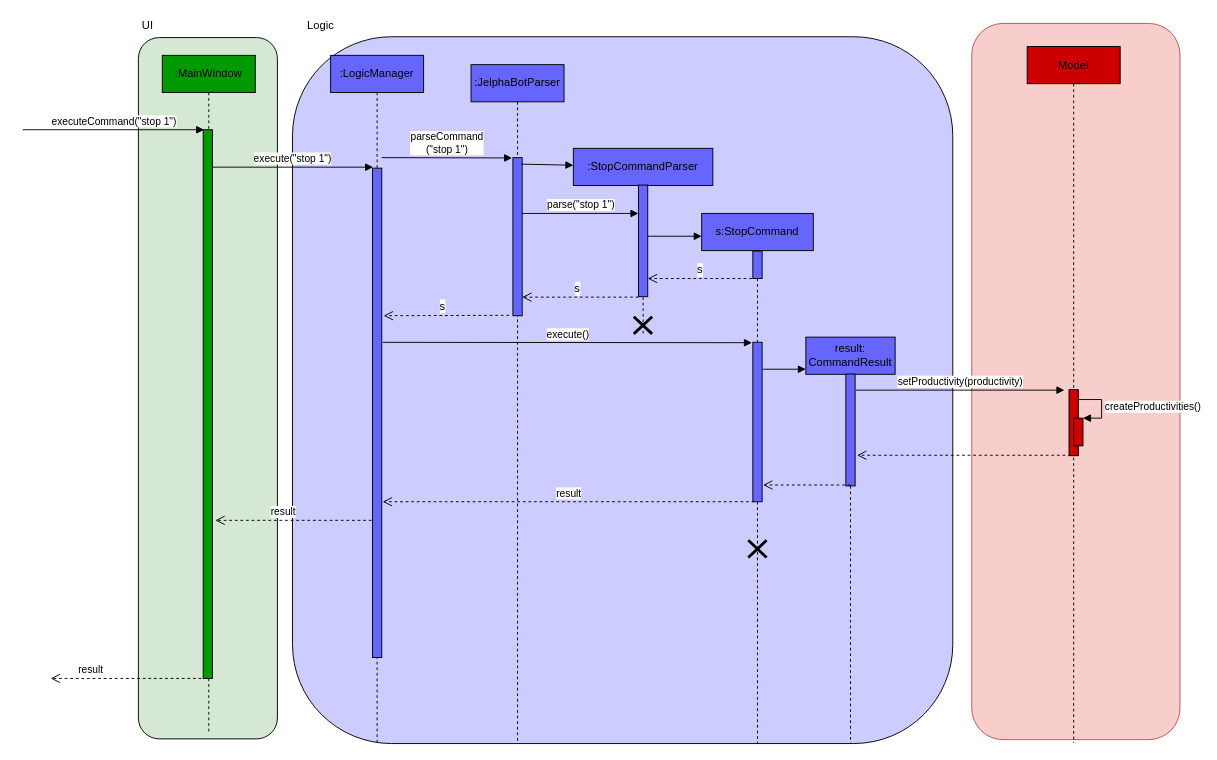
yapdianhao/main keeps this draw.io diagram as docs/diagrams/StopSequenceDiagram.drawio. Above is the earlier version. Source tidied: cells renumbered, new cells numbered last; positions are measured from the earlier drawing's top-left corner, leaving out a move shared by most shapes. Both pictures are drawn from the tidied source at 93%, with x=0, y=0 at pixel (-143, 16).
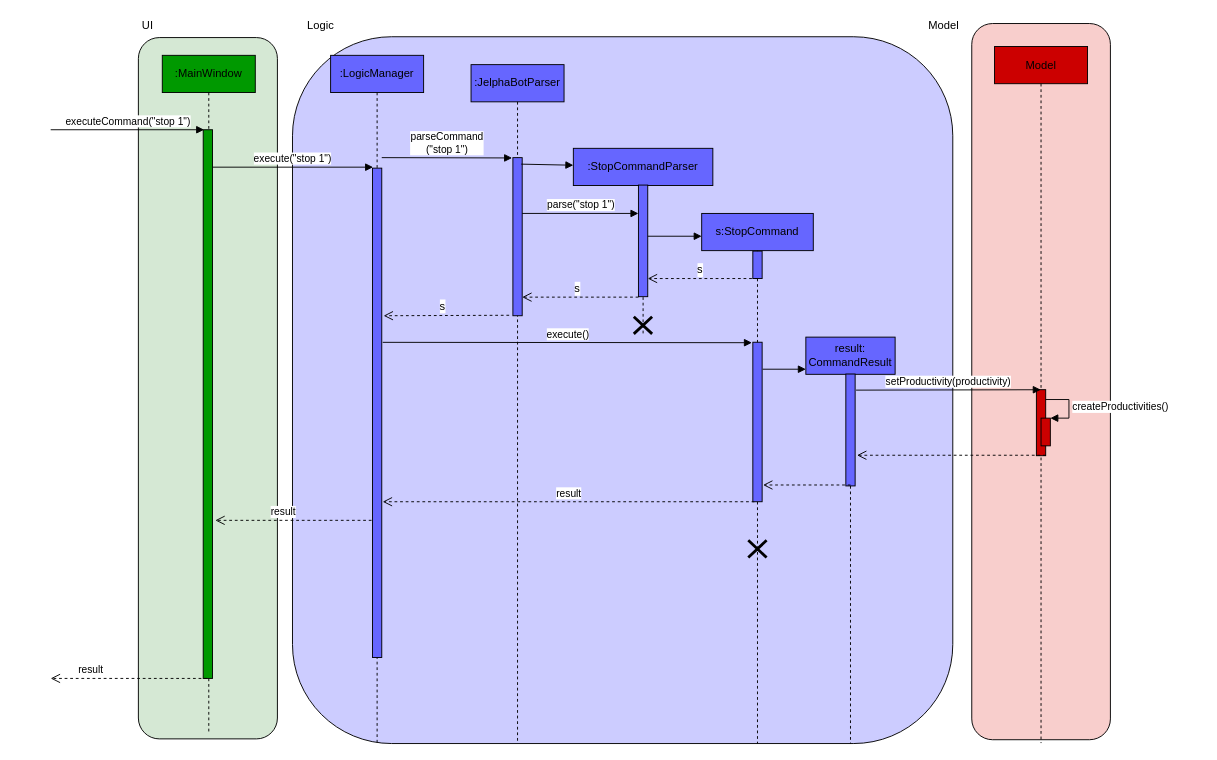
The same page after the edit.

The change refers to these unchanged cells:
```xml
<mxCell id="46" style="html=1;points=[];perimeter=orthogonalPerimeter;fillColor=#CC0000;" parent="45" vertex="1">
  <mxGeometry x="45" y="369" width="10" height="71" as="geometry" />
</mxCell>
```

Change to the diagram source:
```diff
@@
     <mxCell id="6" value="executeCommand(&quot;stop 1&quot;)" style="html=1;verticalAlign=bottom;endArrow=block;fillColor=#4D9900;" parent="1" edge="1">
       <mxGeometry relative="1" as="geometry">
-        <mxPoint x="178" y="122" as="sourcePoint" />
+        <mxPoint x="208" y="122" as="sourcePoint" />
         <mxPoint x="373" y="122" as="targetPoint" />
       </mxGeometry>
     </mxCell>
@@
-    <mxCell id="44" value="&lt;pre style=&quot;font-family: &amp;#34;consolas&amp;#34; ; font-size: 9.8pt&quot;&gt;&lt;br&gt;&lt;/pre&gt;" style="rounded=1;whiteSpace=wrap;html=1;shadow=0;rotation=-90;fillColor=#f8cecc;strokeColor=#b85450;" parent="1" vertex="1">
-      <mxGeometry x="925.3" y="280.8" width="770.1" height="223.9" as="geometry" />
+    <mxCell id="44" value="&lt;pre style=&quot;font-family: &amp;#34;consolas&amp;#34; ; font-size: 9.8pt&quot;&gt;&lt;br&gt;&lt;/pre&gt;" style="rounded=1;whiteSpace=wrap;html=1;shadow=0;rotation=-90;fillColor=#f8cecc;strokeColor=#000000;" parent="1" vertex="1">
+      <mxGeometry x="887.9" y="318.3" width="770.1" height="149.1" as="geometry" />
     </mxCell>
     <mxCell id="45" value="Model" style="shape=umlLifeline;perimeter=lifelinePerimeter;whiteSpace=wrap;html=1;shadow=0;fillColor=#CC0000;" parent="1" vertex="1">
-      <mxGeometry x="1258" y="32.5" width="100" height="749" as="geometry" />
+      <mxGeometry x="1222.9" y="32.5" width="100" height="749" as="geometry" />
     </mxCell>
@@
-    <mxCell id="50" value="setProductivity(productivity)" style="html=1;verticalAlign=bottom;endArrow=block;" parent="1" edge="1">
+    <mxCell id="50" value="setProductivity(productivity)" style="html=1;verticalAlign=bottom;endArrow=block;entryX=0.471;entryY=0.001;entryDx=0;entryDy=0;entryPerimeter=0;" parent="1" edge="1" target="46">
       <mxGeometry relative="1" as="geometry">
         <mxPoint x="1074" y="402" as="sourcePoint" />
-        <mxPoint x="1298" y="402" as="targetPoint" />
       </mxGeometry>
     </mxCell>
     <mxCell id="51" style="html=1;verticalAlign=bottom;endArrow=open;dashed=1;endSize=8;" parent="1" edge="1">
       <mxGeometry relative="1" as="geometry">
-        <mxPoint x="1305" y="472" as="sourcePoint" />
+        <mxPoint x="1278" y="472" as="sourcePoint" />
         <mxPoint x="1075" y="472" as="targetPoint" />
       </mxGeometry>
     </mxCell>
+    <mxCell id="52" value="Model" style="text;html=1;align=center;verticalAlign=middle;" parent="1" vertex="1">
+      <mxGeometry x="1143" width="50" height="20" as="geometry" />
+    </mxCell>
```
